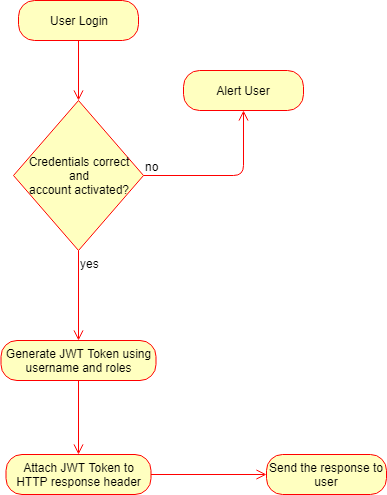
Earlier version of the draw.io export User Login.png (khwongbf/FYP-CodeBase). Source tidied: cells renumbered, new cells last; positions are measured from the earlier drawing's top-left corner, leaving out a move shared by most shapes.
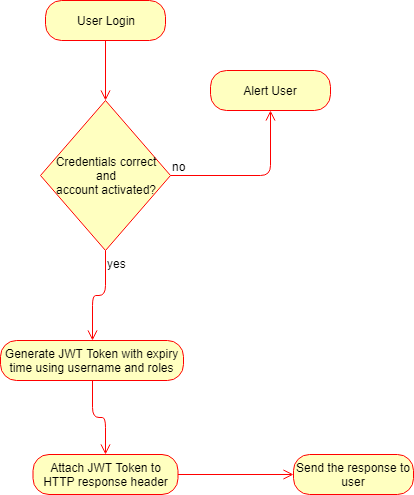
The same diagram one commit later.

The edit, as a diff of the source:
```diff
@@ -24,8 +24,8 @@
     <mxCell id="7" value="Alert User" style="rounded=1;whiteSpace=wrap;html=1;arcSize=40;fontColor=#000000;fillColor=#ffffc0;strokeColor=#ff0000;" parent="1" vertex="1">
       <mxGeometry x="182" y="70" width="120" height="40" as="geometry" />
     </mxCell>
-    <mxCell id="8" value="Generate JWT Token using username and roles&lt;br&gt;" style="rounded=1;whiteSpace=wrap;html=1;arcSize=40;fontColor=#000000;fillColor=#ffffc0;strokeColor=#ff0000;" parent="1" vertex="1">
-      <mxGeometry x="-0.5" y="340" width="155" height="40" as="geometry" />
+    <mxCell id="8" value="Generate JWT Token with expiry time using username and roles&lt;br&gt;" style="rounded=1;whiteSpace=wrap;html=1;arcSize=40;fontColor=#000000;fillColor=#ffffc0;strokeColor=#ff0000;" parent="1" vertex="1">
+      <mxGeometry x="-28" y="340" width="183" height="40" as="geometry" />
     </mxCell>
     <mxCell id="9" style="edgeStyle=orthogonalEdgeStyle;html=1;verticalAlign=bottom;endArrow=open;endSize=8;strokeColor=#ff0000;entryX=0.5;entryY=0;entryDx=0;entryDy=0;" parent="1" edge="1" source="8" target="10">
       <mxGeometry relative="1" as="geometry" />
```
